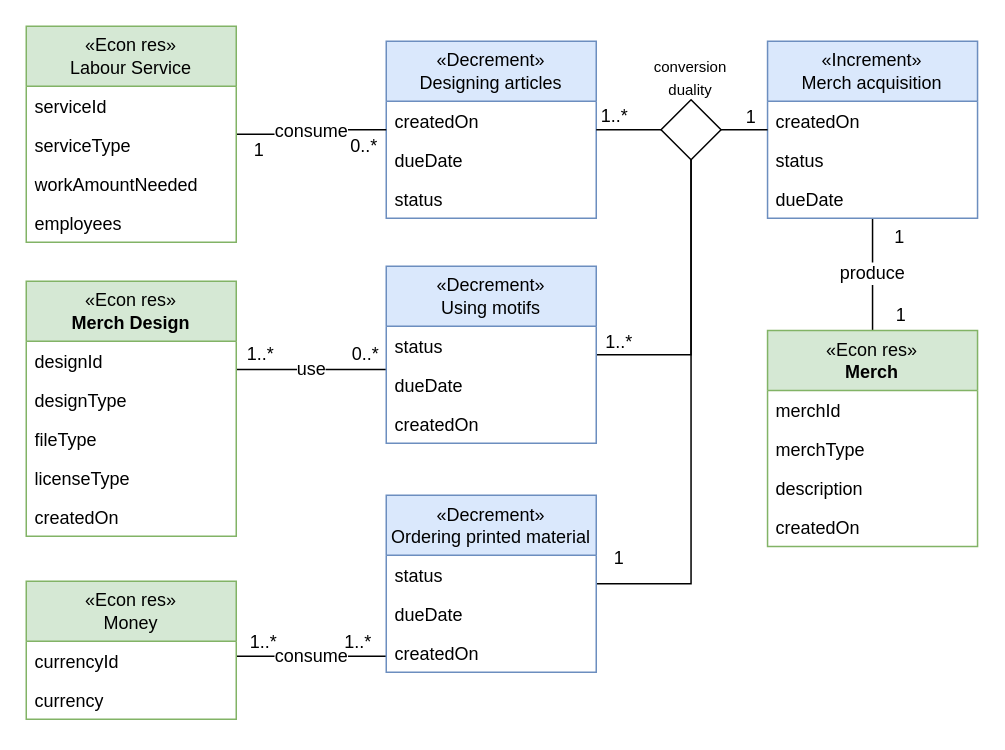
tudwiglemmel/Neigh-Corp---Golden-Meadows keeps this draw.io diagram as page "Merch Conversion" (10 of 13) of media/IS1_Project_REA.drawio. Above is the earlier version. Source tidied: cells renumbered, new cells numbered last; positions are measured from the earlier drawing's top-left corner, leaving out a move shared by most shapes. Both pictures are drawn from the tidied source at 150%, with x=0, y=0 at pixel (26, 26).
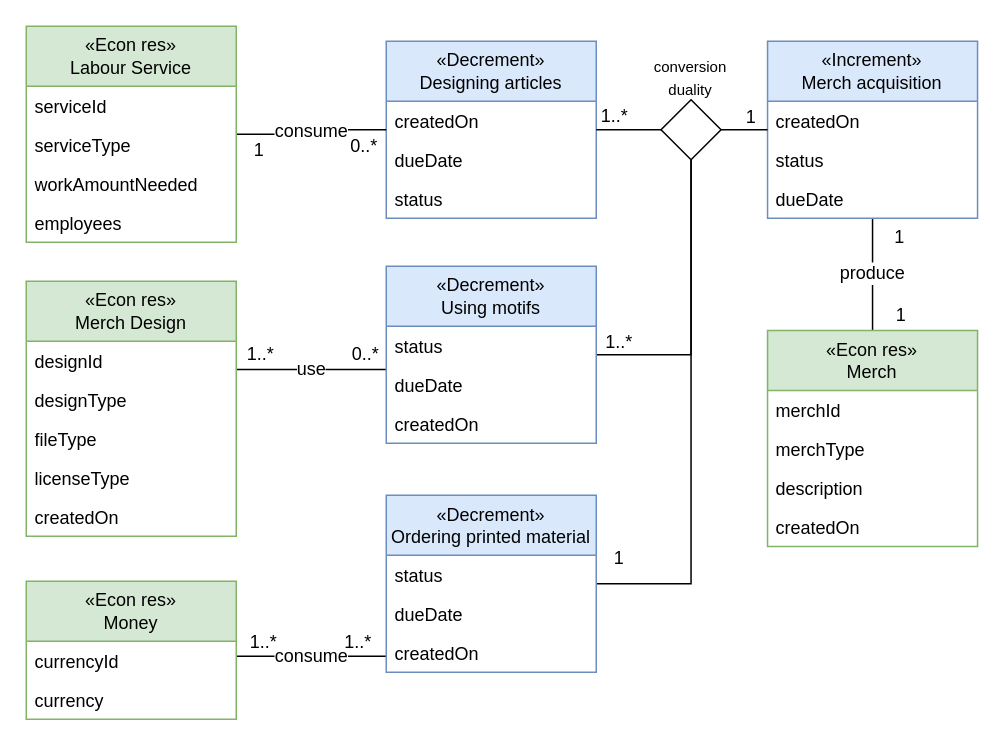
The same diagram, later.

The edit, as a diff of the source:
```diff
@@
-    <mxCell id="25" value="«Econ res»&lt;div&gt;&lt;b&gt;Merch Design&lt;/b&gt;&lt;/div&gt;" style="rounded=0;whiteSpace=wrap;html=1;shape=swimlane;fontStyle=0;startSize=40;horizontal=1;fillColor=#d5e8d4;strokeColor=#82b366;" parent="1" vertex="1">
+    <mxCell id="25" value="«Econ res»&lt;br&gt;Merch Design" style="rounded=0;whiteSpace=wrap;html=1;shape=swimlane;fontStyle=0;startSize=40;horizontal=1;fillColor=#d5e8d4;strokeColor=#82b366;" parent="1" vertex="1">
       <mxGeometry y="170" width="140" height="170" as="geometry" />
     </mxCell>
@@
-    <mxCell id="44" value="«Econ res»&lt;div&gt;&lt;b&gt;Merch&lt;/b&gt;&lt;/div&gt;" style="rounded=0;whiteSpace=wrap;html=1;shape=swimlane;fontStyle=0;startSize=40;horizontal=1;fillColor=#d5e8d4;strokeColor=#82b366;" parent="1" vertex="1">
+    <mxCell id="44" value="«Econ res»&lt;br&gt;Merch" style="rounded=0;whiteSpace=wrap;html=1;shape=swimlane;fontStyle=0;startSize=40;horizontal=1;fillColor=#d5e8d4;strokeColor=#82b366;" parent="1" vertex="1">
       <mxGeometry x="494.2" y="202.9" width="140" height="144" as="geometry" />
     </mxCell>
```
